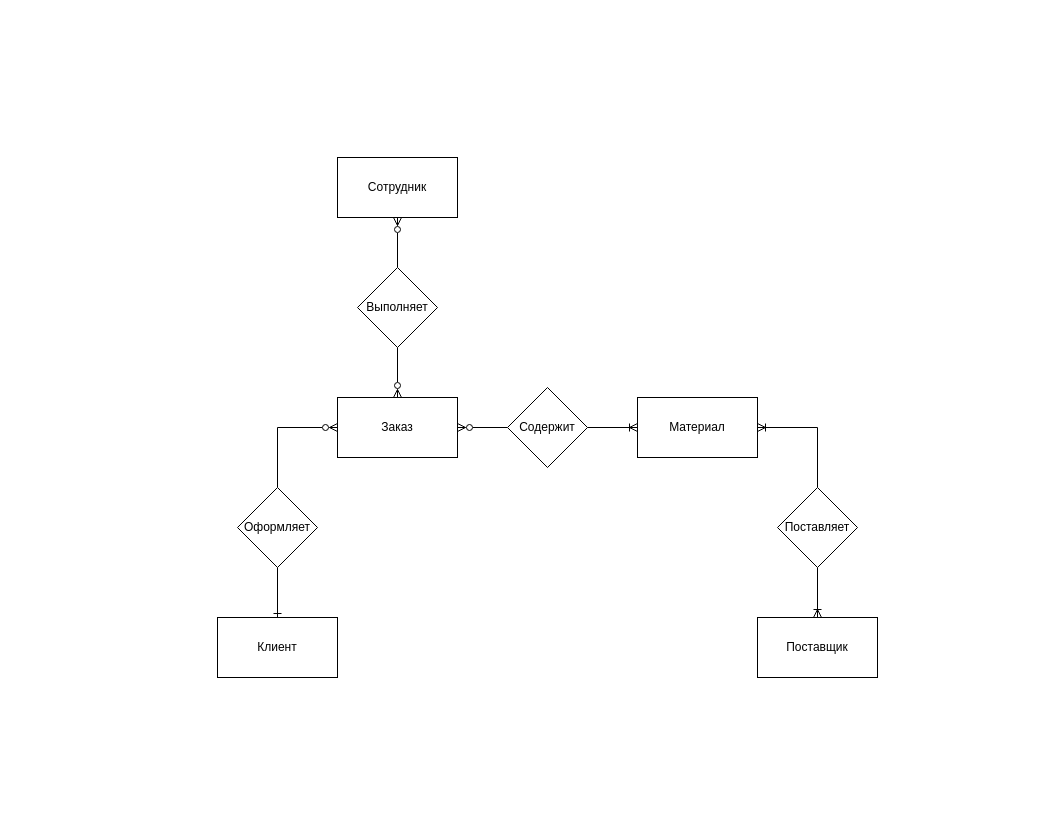
Denka88/Practice keeps this draw.io diagram as Chen-Notation.drawio. Above is the earlier version. Source tidied: cells renumbered, new cells numbered last; positions are measured from the earlier drawing's top-left corner, leaving out a move shared by most shapes. Both pictures are drawn from the tidied source at 100%, with x=0, y=0 at pixel (217, 157).
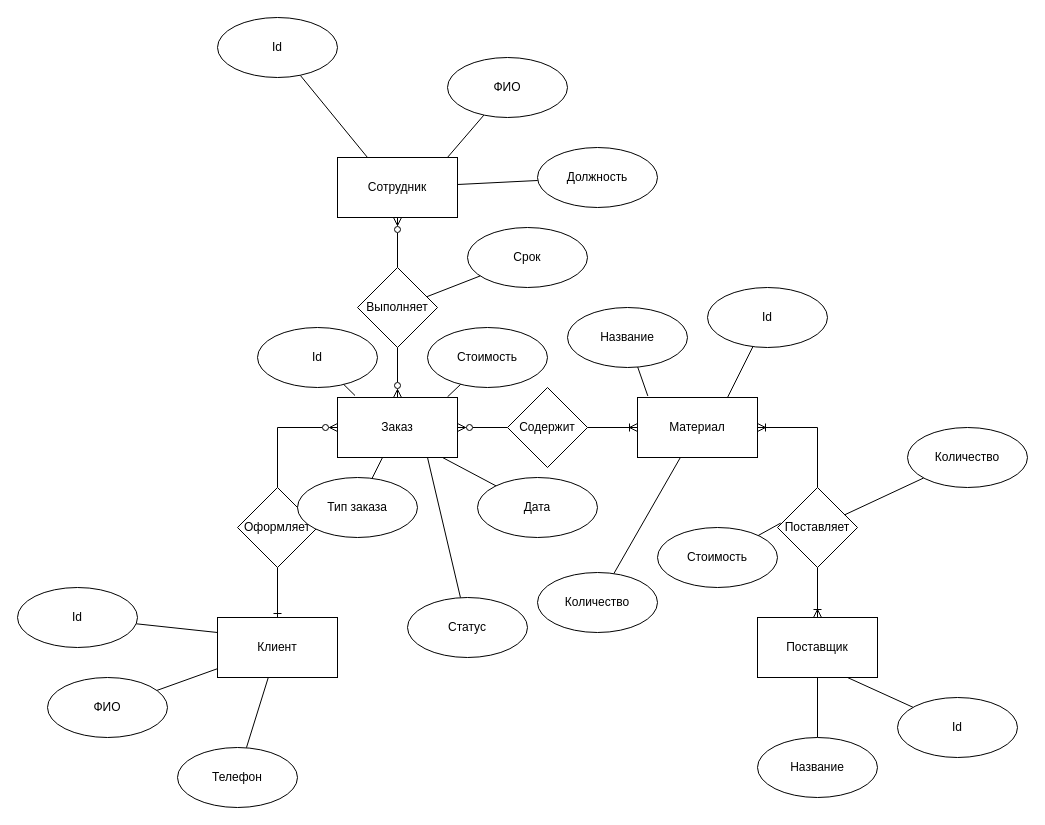
The same page after the edit.

Unchanged cells that the change refers to:
```xml
<mxCell id="2" value="Клиент" style="rounded=0;whiteSpace=wrap;html=1;" parent="1" vertex="1">
  <mxGeometry y="460" width="120" height="60" as="geometry" />
</mxCell>
<mxCell id="3" value="Заказ" style="rounded=0;whiteSpace=wrap;html=1;" parent="1" vertex="1">
  <mxGeometry x="120" y="240" width="120" height="60" as="geometry" />
</mxCell>
<mxCell id="4" value="Сотрудник" style="rounded=0;whiteSpace=wrap;html=1;" parent="1" vertex="1">
  <mxGeometry x="120" width="120" height="60" as="geometry" />
</mxCell>
<mxCell id="5" value="Поставщик" style="rounded=0;whiteSpace=wrap;html=1;" parent="1" vertex="1">
  <mxGeometry x="540" y="460" width="120" height="60" as="geometry" />
</mxCell>
<mxCell id="8" value="Выполняет" style="rhombus;whiteSpace=wrap;html=1;" parent="1" vertex="1">
  <mxGeometry x="140" y="110" width="80" height="80" as="geometry" />
</mxCell>
<mxCell id="14" value="Поставляет" style="rhombus;whiteSpace=wrap;html=1;" parent="1" vertex="1">
  <mxGeometry x="560" y="330" width="80" height="80" as="geometry" />
</mxCell>
<mxCell id="15" value="Материал" style="rounded=0;whiteSpace=wrap;html=1;" parent="1" vertex="1">
  <mxGeometry x="420" y="240" width="120" height="60" as="geometry" />
</mxCell>
```

The edit, as a diff of the source:
```diff
@@
+    <mxCell id="19" style="rounded=0;jettySize=auto;html=1;entryX=0;entryY=0.25;entryDx=0;entryDy=0;endArrow=none;endFill=0;" parent="1" edge="1" source="20" target="2">
+      <mxGeometry relative="1" as="geometry" />
+    </mxCell>
+    <mxCell id="20" value="Id" style="ellipse;whiteSpace=wrap;html=1;" parent="1" vertex="1">
+      <mxGeometry x="-200" y="430" width="120" height="60" as="geometry" />
+    </mxCell>
+    <mxCell id="21" style="rounded=0;jettySize=auto;html=1;endArrow=none;endFill=0;" parent="1" edge="1" source="22" target="2">
+      <mxGeometry relative="1" as="geometry" />
+    </mxCell>
+    <mxCell id="22" value="ФИО" style="ellipse;whiteSpace=wrap;html=1;" parent="1" vertex="1">
+      <mxGeometry x="-170" y="520" width="120" height="60" as="geometry" />
+    </mxCell>
+    <mxCell id="23" style="rounded=0;jettySize=auto;html=1;endArrow=none;endFill=0;" parent="1" edge="1" source="24" target="2">
+      <mxGeometry relative="1" as="geometry" />
+    </mxCell>
+    <mxCell id="24" value="Телефон" style="ellipse;whiteSpace=wrap;html=1;" parent="1" vertex="1">
+      <mxGeometry x="-40" y="590" width="120" height="60" as="geometry" />
+    </mxCell>
+    <mxCell id="25" value="Id" style="ellipse;whiteSpace=wrap;html=1;" parent="1" vertex="1">
+      <mxGeometry x="40" y="170" width="120" height="60" as="geometry" />
+    </mxCell>
+    <mxCell id="26" style="rounded=0;jettySize=auto;html=1;entryX=0.146;entryY=-0.033;entryDx=0;entryDy=0;entryPerimeter=0;endArrow=none;endFill=0;" parent="1" edge="1" source="25" target="3">
+      <mxGeometry relative="1" as="geometry" />
+    </mxCell>
+    <mxCell id="27" value="Стоимость" style="ellipse;whiteSpace=wrap;html=1;" parent="1" vertex="1">
+      <mxGeometry x="210" y="170" width="120" height="60" as="geometry" />
+    </mxCell>
+    <mxCell id="28" style="rounded=0;jettySize=auto;html=1;entryX=0.917;entryY=-0.011;entryDx=0;entryDy=0;entryPerimeter=0;endArrow=none;endFill=0;" parent="1" edge="1" source="27" target="3">
+      <mxGeometry relative="1" as="geometry" />
+    </mxCell>
+    <mxCell id="29" style="rounded=0;jettySize=auto;html=1;endArrow=none;endFill=0;" parent="1" edge="1" source="30" target="3">
+      <mxGeometry relative="1" as="geometry" />
+    </mxCell>
+    <mxCell id="30" value="Тип заказа" style="ellipse;whiteSpace=wrap;html=1;" parent="1" vertex="1">
+      <mxGeometry x="80" y="320" width="120" height="60" as="geometry" />
+    </mxCell>
+    <mxCell id="31" value="ФИО" style="ellipse;whiteSpace=wrap;html=1;" parent="1" vertex="1">
+      <mxGeometry x="230" y="-100" width="120" height="60" as="geometry" />
+    </mxCell>
+    <mxCell id="32" style="rounded=0;jettySize=auto;html=1;entryX=0.917;entryY=-0.002;entryDx=0;entryDy=0;entryPerimeter=0;endArrow=none;endFill=0;" parent="1" edge="1" source="31" target="4">
+      <mxGeometry relative="1" as="geometry" />
+    </mxCell>
+    <mxCell id="33" style="rounded=0;jettySize=auto;html=1;entryX=0.25;entryY=0;entryDx=0;entryDy=0;endArrow=none;endFill=0;" parent="1" edge="1" source="34" target="4">
+      <mxGeometry relative="1" as="geometry" />
+    </mxCell>
+    <mxCell id="34" value="Id" style="ellipse;whiteSpace=wrap;html=1;" parent="1" vertex="1">
+      <mxGeometry y="-140" width="120" height="60" as="geometry" />
+    </mxCell>
+    <mxCell id="35" style="rounded=0;jettySize=auto;html=1;endArrow=none;endFill=0;" parent="1" edge="1" source="36" target="4">
+      <mxGeometry relative="1" as="geometry" />
+    </mxCell>
+    <mxCell id="36" value="Должность" style="ellipse;whiteSpace=wrap;html=1;" parent="1" vertex="1">
+      <mxGeometry x="320" y="-10" width="120" height="60" as="geometry" />
+    </mxCell>
+    <mxCell id="37" value="Срок" style="ellipse;whiteSpace=wrap;html=1;" parent="1" vertex="1">
+      <mxGeometry x="250" y="70" width="120" height="60" as="geometry" />
+    </mxCell>
+    <mxCell id="38" style="rounded=0;jettySize=auto;html=1;entryX=0.87;entryY=0.364;entryDx=0;entryDy=0;entryPerimeter=0;endArrow=none;endFill=0;" parent="1" edge="1" source="37" target="8">
+      <mxGeometry relative="1" as="geometry" />
+    </mxCell>
+    <mxCell id="39" value="Дата" style="ellipse;whiteSpace=wrap;html=1;" parent="1" vertex="1">
+      <mxGeometry x="260" y="320" width="120" height="60" as="geometry" />
+    </mxCell>
+    <mxCell id="40" style="rounded=0;jettySize=auto;html=1;entryX=0.876;entryY=1.001;entryDx=0;entryDy=0;entryPerimeter=0;endArrow=none;endFill=0;" parent="1" edge="1" source="39" target="3">
+      <mxGeometry relative="1" as="geometry" />
+    </mxCell>
+    <mxCell id="41" style="rounded=0;jettySize=auto;html=1;entryX=0.75;entryY=0;entryDx=0;entryDy=0;endArrow=none;endFill=0;" parent="1" edge="1" source="42" target="15">
+      <mxGeometry relative="1" as="geometry" />
+    </mxCell>
+    <mxCell id="42" value="Id" style="ellipse;whiteSpace=wrap;html=1;" parent="1" vertex="1">
+      <mxGeometry x="490" y="130" width="120" height="60" as="geometry" />
+    </mxCell>
+    <mxCell id="43" style="rounded=0;jettySize=auto;html=1;endArrow=none;endFill=0;" parent="1" edge="1" source="44" target="14">
+      <mxGeometry relative="1" as="geometry" />
+    </mxCell>
+    <mxCell id="44" value="Количество" style="ellipse;whiteSpace=wrap;html=1;" parent="1" vertex="1">
+      <mxGeometry x="690" y="270" width="120" height="60" as="geometry" />
+    </mxCell>
+    <mxCell id="45" value="Стоимость" style="ellipse;whiteSpace=wrap;html=1;" parent="1" vertex="1">
+      <mxGeometry x="440" y="370" width="120" height="60" as="geometry" />
+    </mxCell>
+    <mxCell id="46" style="rounded=0;jettySize=auto;html=1;entryX=0.04;entryY=0.445;entryDx=0;entryDy=0;entryPerimeter=0;endArrow=none;endFill=0;" parent="1" edge="1" source="45" target="14">
+      <mxGeometry relative="1" as="geometry" />
+    </mxCell>
+    <mxCell id="47" value="Название" style="ellipse;whiteSpace=wrap;html=1;" parent="1" vertex="1">
+      <mxGeometry x="350" y="150" width="120" height="60" as="geometry" />
+    </mxCell>
+    <mxCell id="48" style="rounded=0;jettySize=auto;html=1;entryX=0.086;entryY=-0.026;entryDx=0;entryDy=0;entryPerimeter=0;endArrow=none;endFill=0;" parent="1" edge="1" source="47" target="15">
+      <mxGeometry relative="1" as="geometry" />
+    </mxCell>
+    <mxCell id="49" style="rounded=0;jettySize=auto;html=1;endArrow=none;endFill=0;" parent="1" edge="1" source="50" target="15">
+      <mxGeometry relative="1" as="geometry" />
+    </mxCell>
+    <mxCell id="50" value="Количество" style="ellipse;whiteSpace=wrap;html=1;" parent="1" vertex="1">
+      <mxGeometry x="320" y="415" width="120" height="60" as="geometry" />
+    </mxCell>
+    <mxCell id="51" style="rounded=0;jettySize=auto;html=1;entryX=0.75;entryY=1;entryDx=0;entryDy=0;endArrow=none;endFill=0;" parent="1" edge="1" source="52" target="5">
+      <mxGeometry relative="1" as="geometry" />
+    </mxCell>
+    <mxCell id="52" value="Id" style="ellipse;whiteSpace=wrap;html=1;" parent="1" vertex="1">
+      <mxGeometry x="680" y="540" width="120" height="60" as="geometry" />
+    </mxCell>
+    <mxCell id="53" style="rounded=0;jettySize=auto;html=1;endArrow=none;endFill=0;" parent="1" edge="1" source="54" target="5">
+      <mxGeometry relative="1" as="geometry" />
+    </mxCell>
+    <mxCell id="54" value="Название" style="ellipse;whiteSpace=wrap;html=1;" parent="1" vertex="1">
+      <mxGeometry x="540" y="580" width="120" height="60" as="geometry" />
+    </mxCell>
+    <mxCell id="55" style="rounded=0;jettySize=auto;html=1;entryX=0.75;entryY=1;entryDx=0;entryDy=0;endArrow=none;endFill=0;" parent="1" edge="1" source="56" target="3">
+      <mxGeometry relative="1" as="geometry" />
+    </mxCell>
+    <mxCell id="56" value="Статус" style="ellipse;whiteSpace=wrap;html=1;" parent="1" vertex="1">
+      <mxGeometry x="190" y="440" width="120" height="60" as="geometry" />
+    </mxCell>
```
